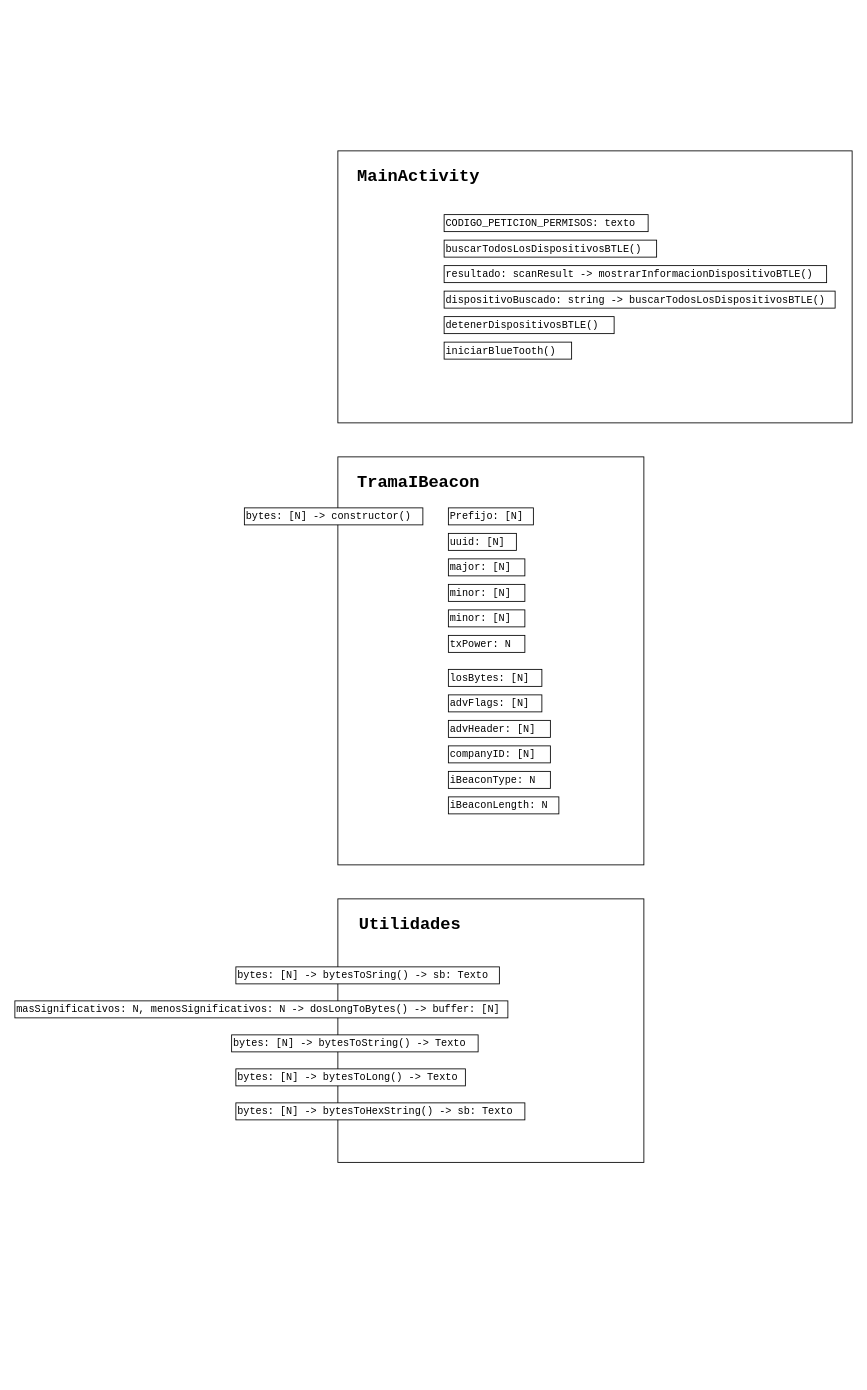
The draw.io diagram doc/Diseño Android.drawio in TaeHyung360/GTI_3A_Android, before the edit. Source tidied: cells renumbered, new cells numbered last; positions are measured from the earlier drawing's top-left corner, leaving out a move shared by most shapes. Both pictures are drawn from the tidied source at 85%, with x=0, y=0 at pixel (14, 150).
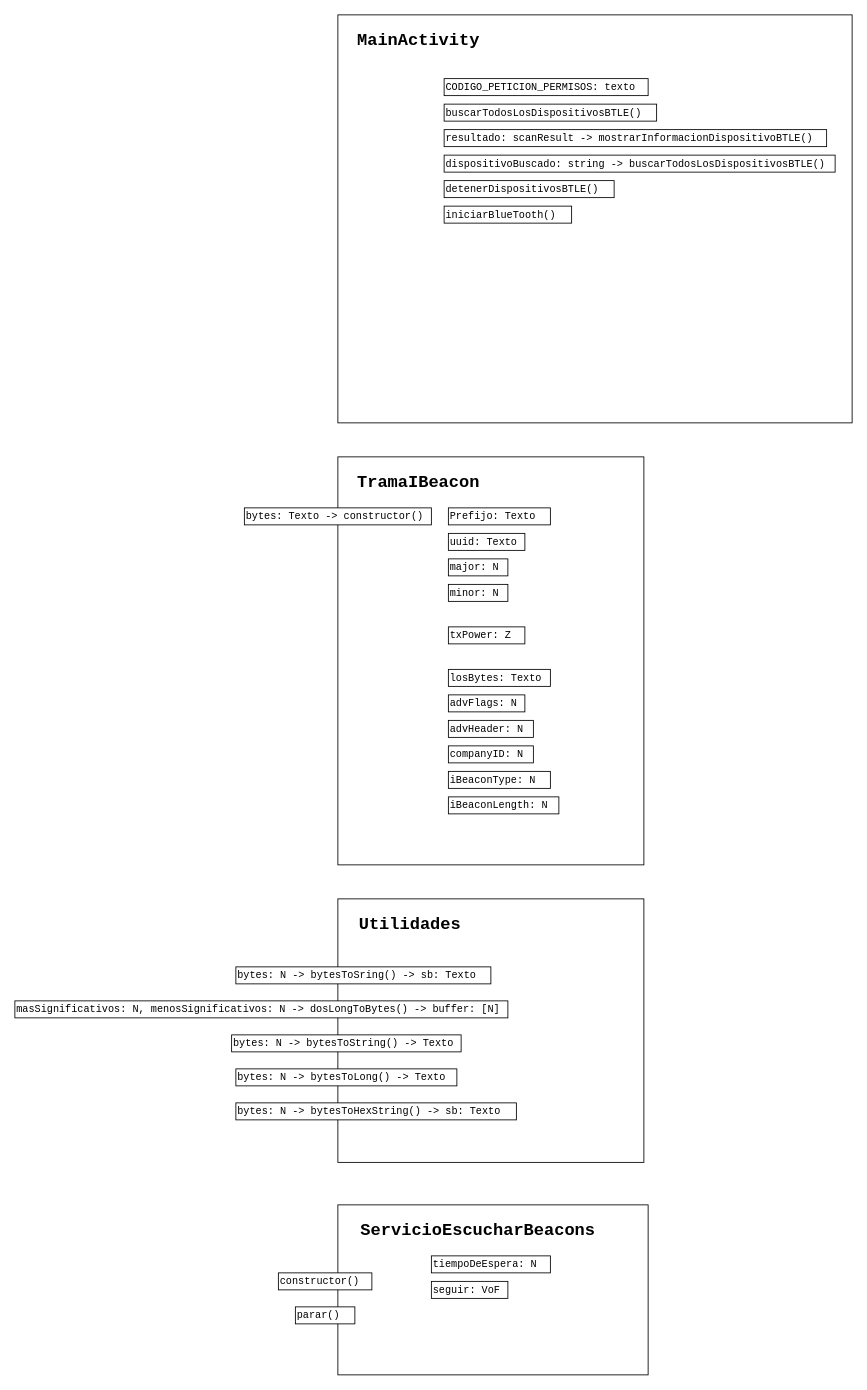
The same page after the edit.

What changed in the source:
```diff
@@
-    <mxCell id="4" value="&lt;font face=&quot;Courier New&quot;&gt;Prefijo: [N]&lt;/font&gt;" style="rounded=0;whiteSpace=wrap;html=1;align=left;" parent="1" vertex="1">
-      <mxGeometry x="510" y="420" width="100" height="20" as="geometry" />
+    <mxCell id="4" value="&lt;font face=&quot;Courier New&quot;&gt;Prefijo: Texto&lt;/font&gt;" style="rounded=0;whiteSpace=wrap;html=1;align=left;" parent="1" vertex="1">
+      <mxGeometry x="510" y="420" width="120" height="20" as="geometry" />
     </mxCell>
-    <mxCell id="5" value="&lt;font face=&quot;Courier New&quot;&gt;uuid: [N]&lt;/font&gt;" style="rounded=0;whiteSpace=wrap;html=1;align=left;" parent="1" vertex="1">
-      <mxGeometry x="510" y="450" width="80" height="20" as="geometry" />
+    <mxCell id="5" value="&lt;font face=&quot;Courier New&quot;&gt;uuid:&amp;nbsp;&lt;/font&gt;&lt;span style=&quot;font-family: &amp;#34;courier new&amp;#34;&quot;&gt;Texto&lt;/span&gt;" style="rounded=0;whiteSpace=wrap;html=1;align=left;" parent="1" vertex="1">
+      <mxGeometry x="510" y="450" width="90" height="20" as="geometry" />
     </mxCell>
-    <mxCell id="6" value="&lt;font face=&quot;Courier New&quot;&gt;major: [N]&lt;/font&gt;" style="rounded=0;whiteSpace=wrap;html=1;align=left;" parent="1" vertex="1">
-      <mxGeometry x="510" y="480" width="90" height="20" as="geometry" />
+    <mxCell id="6" value="&lt;font face=&quot;Courier New&quot;&gt;major: N&lt;/font&gt;" style="rounded=0;whiteSpace=wrap;html=1;align=left;" parent="1" vertex="1">
+      <mxGeometry x="510" y="480" width="70" height="20" as="geometry" />
     </mxCell>
-    <mxCell id="7" value="&lt;font face=&quot;Courier New&quot;&gt;minor: [N]&lt;/font&gt;" style="rounded=0;whiteSpace=wrap;html=1;align=left;" parent="1" vertex="1">
-      <mxGeometry x="510" y="510" width="90" height="20" as="geometry" />
+    <mxCell id="7" value="&lt;font face=&quot;Courier New&quot;&gt;minor: N&lt;/font&gt;" style="rounded=0;whiteSpace=wrap;html=1;align=left;" parent="1" vertex="1">
+      <mxGeometry x="510" y="510" width="70" height="20" as="geometry" />
     </mxCell>
-    <mxCell id="8" value="&lt;font face=&quot;Courier New&quot;&gt;minor: [N]&lt;/font&gt;" style="rounded=0;whiteSpace=wrap;html=1;align=left;" parent="1" vertex="1">
-      <mxGeometry x="510" y="540" width="90" height="20" as="geometry" />
-    </mxCell>
-    <mxCell id="9" value="&lt;font face=&quot;Courier New&quot;&gt;txPower: N&lt;/font&gt;" style="rounded=0;whiteSpace=wrap;html=1;align=left;" parent="1" vertex="1">
-      <mxGeometry x="510" y="570" width="90" height="20" as="geometry" />
+    <mxCell id="9" value="&lt;font face=&quot;Courier New&quot;&gt;txPower: Z&lt;/font&gt;" style="rounded=0;whiteSpace=wrap;html=1;align=left;" parent="1" vertex="1">
+      <mxGeometry x="510" y="560" width="90" height="20" as="geometry" />
     </mxCell>
-    <mxCell id="10" value="&lt;span style=&quot;font-family: &amp;#34;courier new&amp;#34;&quot;&gt;losBytes: [N]&lt;/span&gt;" style="rounded=0;whiteSpace=wrap;html=1;align=left;" parent="1" vertex="1">
-      <mxGeometry x="510" y="610" width="110" height="20" as="geometry" />
+    <mxCell id="10" value="&lt;span style=&quot;font-family: &amp;#34;courier new&amp;#34;&quot;&gt;losBytes: Texto&lt;/span&gt;" style="rounded=0;whiteSpace=wrap;html=1;align=left;" parent="1" vertex="1">
+      <mxGeometry x="510" y="610" width="120" height="20" as="geometry" />
     </mxCell>
-    <mxCell id="11" value="&lt;span style=&quot;font-family: &amp;#34;courier new&amp;#34;&quot;&gt;advFlags: [N]&lt;/span&gt;" style="rounded=0;whiteSpace=wrap;html=1;align=left;" parent="1" vertex="1">
-      <mxGeometry x="510" y="640" width="110" height="20" as="geometry" />
+    <mxCell id="11" value="&lt;span style=&quot;font-family: &amp;#34;courier new&amp;#34;&quot;&gt;advFlags: N&lt;/span&gt;" style="rounded=0;whiteSpace=wrap;html=1;align=left;" parent="1" vertex="1">
+      <mxGeometry x="510" y="640" width="90" height="20" as="geometry" />
     </mxCell>
-    <mxCell id="12" value="&lt;span style=&quot;font-family: &amp;#34;courier new&amp;#34;&quot;&gt;advHeader: [N]&lt;/span&gt;" style="rounded=0;whiteSpace=wrap;html=1;align=left;" parent="1" vertex="1">
-      <mxGeometry x="510" y="670" width="120" height="20" as="geometry" />
+    <mxCell id="12" value="&lt;span style=&quot;font-family: &amp;#34;courier new&amp;#34;&quot;&gt;advHeader: N&lt;/span&gt;" style="rounded=0;whiteSpace=wrap;html=1;align=left;" parent="1" vertex="1">
+      <mxGeometry x="510" y="670" width="100" height="20" as="geometry" />
     </mxCell>
-    <mxCell id="13" value="&lt;span style=&quot;font-family: &amp;#34;courier new&amp;#34;&quot;&gt;companyID: [N]&lt;/span&gt;" style="rounded=0;whiteSpace=wrap;html=1;align=left;" parent="1" vertex="1">
-      <mxGeometry x="510" y="700" width="120" height="20" as="geometry" />
+    <mxCell id="13" value="&lt;span style=&quot;font-family: &amp;#34;courier new&amp;#34;&quot;&gt;companyID: N&lt;/span&gt;" style="rounded=0;whiteSpace=wrap;html=1;align=left;" parent="1" vertex="1">
+      <mxGeometry x="510" y="700" width="100" height="20" as="geometry" />
     </mxCell>
@@
-    <mxCell id="16" value="&lt;font face=&quot;Courier New&quot;&gt;bytes: [N] -&amp;gt; constructor()&lt;/font&gt;" style="rounded=0;whiteSpace=wrap;html=1;align=left;" parent="1" vertex="1">
-      <mxGeometry x="270" y="420" width="210" height="20" as="geometry" />
+    <mxCell id="16" value="&lt;font face=&quot;Courier New&quot;&gt;bytes: Texto -&amp;gt; constructor()&lt;/font&gt;" style="rounded=0;whiteSpace=wrap;html=1;align=left;" parent="1" vertex="1">
+      <mxGeometry x="270" y="420" width="220" height="20" as="geometry" />
     </mxCell>
@@
-    <mxCell id="19" value="&lt;font face=&quot;Courier New&quot;&gt;bytes: [N] -&amp;gt; bytesToSring() -&amp;gt; sb: Texto&lt;/font&gt;" style="rounded=0;whiteSpace=wrap;html=1;align=left;" parent="1" vertex="1">
-      <mxGeometry x="260" y="960" width="310" height="20" as="geometry" />
+    <mxCell id="19" value="&lt;font face=&quot;Courier New&quot;&gt;bytes: N -&amp;gt; bytesToSring() -&amp;gt; sb: Texto&lt;/font&gt;" style="rounded=0;whiteSpace=wrap;html=1;align=left;" parent="1" vertex="1">
+      <mxGeometry x="260" y="960" width="300" height="20" as="geometry" />
     </mxCell>
@@
-    <mxCell id="21" value="&lt;font face=&quot;Courier New&quot;&gt;bytes: [N] -&amp;gt; bytesToString() -&amp;gt; Texto&lt;/font&gt;" style="rounded=0;whiteSpace=wrap;html=1;align=left;" parent="1" vertex="1">
-      <mxGeometry x="255" y="1040" width="290" height="20" as="geometry" />
+    <mxCell id="21" value="&lt;font face=&quot;Courier New&quot;&gt;bytes: N -&amp;gt; bytesToString() -&amp;gt; Texto&lt;/font&gt;" style="rounded=0;whiteSpace=wrap;html=1;align=left;" parent="1" vertex="1">
+      <mxGeometry x="255" y="1040" width="270" height="20" as="geometry" />
     </mxCell>
-    <mxCell id="22" value="&lt;font face=&quot;Courier New&quot;&gt;bytes: [N] -&amp;gt; bytesToLong() -&amp;gt; Texto&lt;/font&gt;" style="rounded=0;whiteSpace=wrap;html=1;align=left;" parent="1" vertex="1">
-      <mxGeometry x="260" y="1080" width="270" height="20" as="geometry" />
+    <mxCell id="22" value="&lt;font face=&quot;Courier New&quot;&gt;bytes: N -&amp;gt; bytesToLong() -&amp;gt; Texto&lt;/font&gt;" style="rounded=0;whiteSpace=wrap;html=1;align=left;" parent="1" vertex="1">
+      <mxGeometry x="260" y="1080" width="260" height="20" as="geometry" />
     </mxCell>
-    <mxCell id="23" value="&lt;font face=&quot;Courier New&quot;&gt;bytes: [N] -&amp;gt; bytesToHexString() -&amp;gt; sb: Texto&lt;/font&gt;" style="rounded=0;whiteSpace=wrap;html=1;align=left;" parent="1" vertex="1">
-      <mxGeometry x="260" y="1120" width="340" height="20" as="geometry" />
+    <mxCell id="23" value="&lt;font face=&quot;Courier New&quot;&gt;bytes: N -&amp;gt; bytesToHexString() -&amp;gt; sb: Texto&lt;/font&gt;" style="rounded=0;whiteSpace=wrap;html=1;align=left;" parent="1" vertex="1">
+      <mxGeometry x="260" y="1120" width="330" height="20" as="geometry" />
     </mxCell>
     <mxCell id="24" style="rounded=0;whiteSpace=wrap;html=1;" parent="1" vertex="1">
-      <mxGeometry x="380" width="605" height="320" as="geometry" />
+      <mxGeometry x="380" y="-160" width="605" height="480" as="geometry" />
     </mxCell>
     <mxCell id="25" value="&lt;font face=&quot;Courier New&quot;&gt;&lt;span style=&quot;font-size: 20px&quot;&gt;&lt;b&gt;MainActivity&lt;/b&gt;&lt;/span&gt;&lt;/font&gt;" style="text;html=1;strokeColor=none;fillColor=none;align=center;verticalAlign=middle;whiteSpace=wrap;rounded=0;" parent="1" vertex="1">
-      <mxGeometry x="400" y="20" width="150" height="20" as="geometry" />
+      <mxGeometry x="400" y="-140" width="150" height="20" as="geometry" />
     </mxCell>
     <mxCell id="26" value="&lt;font face=&quot;Courier New&quot;&gt;CODIGO_PETICION_PERMISOS: texto&lt;/font&gt;" style="rounded=0;whiteSpace=wrap;html=1;align=left;" parent="1" vertex="1">
-      <mxGeometry x="505" y="75" width="240" height="20" as="geometry" />
+      <mxGeometry x="505" y="-85" width="240" height="20" as="geometry" />
     </mxCell>
     <mxCell id="27" value="&lt;font face=&quot;Courier New&quot;&gt;buscarTodosLosDispositivosBTLE()&lt;/font&gt;" style="rounded=0;whiteSpace=wrap;html=1;align=left;" parent="1" vertex="1">
-      <mxGeometry x="505" y="105" width="250" height="20" as="geometry" />
+      <mxGeometry x="505" y="-55" width="250" height="20" as="geometry" />
     </mxCell>
     <mxCell id="28" value="&lt;font face=&quot;Courier New&quot;&gt;resultado: scanResult -&amp;gt; mostrarInformacionDispositivoBTLE()&lt;/font&gt;" style="rounded=0;whiteSpace=wrap;html=1;align=left;" parent="1" vertex="1">
-      <mxGeometry x="505" y="135" width="450" height="20" as="geometry" />
+      <mxGeometry x="505" y="-25" width="450" height="20" as="geometry" />
     </mxCell>
     <mxCell id="29" value="&lt;font face=&quot;Courier New&quot;&gt;dispositivoBuscado: string -&amp;gt; buscarTodosLosDispositivosBTLE()&lt;/font&gt;" style="rounded=0;whiteSpace=wrap;html=1;align=left;" parent="1" vertex="1">
-      <mxGeometry x="505" y="165" width="460" height="20" as="geometry" />
+      <mxGeometry x="505" y="5" width="460" height="20" as="geometry" />
     </mxCell>
     <mxCell id="30" value="&lt;font face=&quot;Courier New&quot;&gt;detenerDispositivosBTLE()&lt;/font&gt;" style="rounded=0;whiteSpace=wrap;html=1;align=left;" parent="1" vertex="1">
-      <mxGeometry x="505" y="195" width="200" height="20" as="geometry" />
+      <mxGeometry x="505" y="35" width="200" height="20" as="geometry" />
     </mxCell>
     <mxCell id="31" value="&lt;font face=&quot;Courier New&quot;&gt;iniciarBlueTooth()&lt;/font&gt;" style="rounded=0;whiteSpace=wrap;html=1;align=left;" parent="1" vertex="1">
-      <mxGeometry x="505" y="225" width="150" height="20" as="geometry" />
+      <mxGeometry x="505" y="65" width="150" height="20" as="geometry" />
     </mxCell>
+    <mxCell id="32" style="rounded=0;whiteSpace=wrap;html=1;" parent="1" vertex="1">
+      <mxGeometry x="380" y="1240" width="365" height="200" as="geometry" />
+    </mxCell>
+    <mxCell id="33" value="&lt;font face=&quot;Courier New&quot;&gt;&lt;span style=&quot;font-size: 20px&quot;&gt;&lt;b&gt;ServicioEscucharBeacons&lt;/b&gt;&lt;/span&gt;&lt;/font&gt;" style="text;html=1;strokeColor=none;fillColor=none;align=center;verticalAlign=middle;whiteSpace=wrap;rounded=0;" parent="1" vertex="1">
+      <mxGeometry x="390" y="1260" width="310" height="20" as="geometry" />
+    </mxCell>
+    <mxCell id="34" value="&lt;font face=&quot;courier new&quot;&gt;tiempoDeEspera: N&lt;/font&gt;" style="rounded=0;whiteSpace=wrap;html=1;align=left;" parent="1" vertex="1">
+      <mxGeometry x="490" y="1300" width="140" height="20" as="geometry" />
+    </mxCell>
+    <mxCell id="35" value="&lt;font face=&quot;courier new&quot;&gt;seguir: VoF&lt;/font&gt;" style="rounded=0;whiteSpace=wrap;html=1;align=left;" parent="1" vertex="1">
+      <mxGeometry x="490" y="1330" width="90" height="20" as="geometry" />
+    </mxCell>
+    <mxCell id="36" value="&lt;font face=&quot;courier new&quot;&gt;constructor()&lt;/font&gt;" style="rounded=0;whiteSpace=wrap;html=1;align=left;" parent="1" vertex="1">
+      <mxGeometry x="310" y="1320" width="110" height="20" as="geometry" />
+    </mxCell>
+    <mxCell id="37" value="&lt;font face=&quot;courier new&quot;&gt;parar()&lt;/font&gt;" style="rounded=0;whiteSpace=wrap;html=1;align=left;" parent="1" vertex="1">
+      <mxGeometry x="330" y="1360" width="70" height="20" as="geometry" />
+    </mxCell>
```
